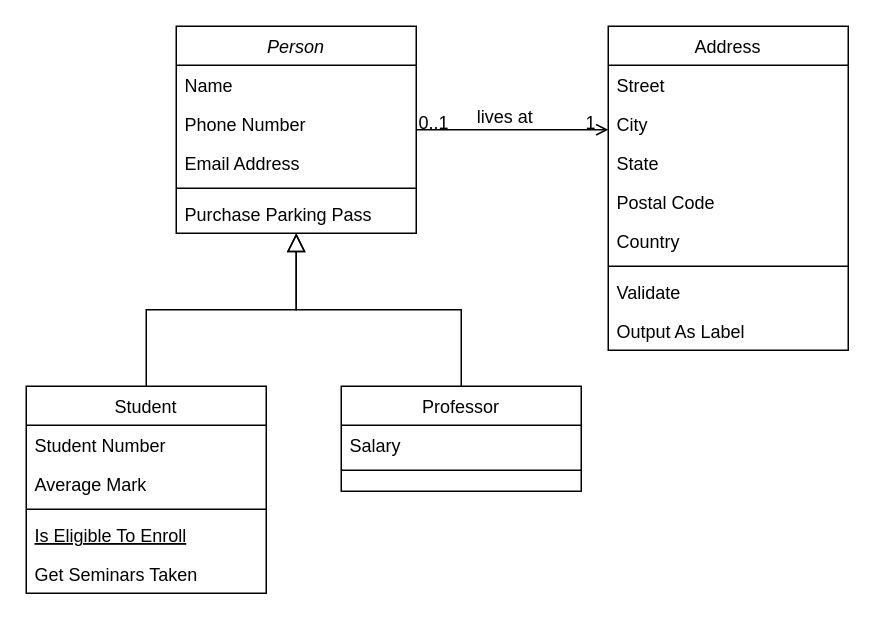
sheeptraveler/Unitau-python_data_science keeps this draw.io diagram as Untitled Diagram.drawio. Above is the earlier version. Source tidied: cells renumbered, new cells numbered last; positions are measured from the earlier drawing's top-left corner, leaving out a move shared by most shapes. Both pictures are drawn from the tidied source at 150%, with x=0, y=0 at pixel (26, 26).
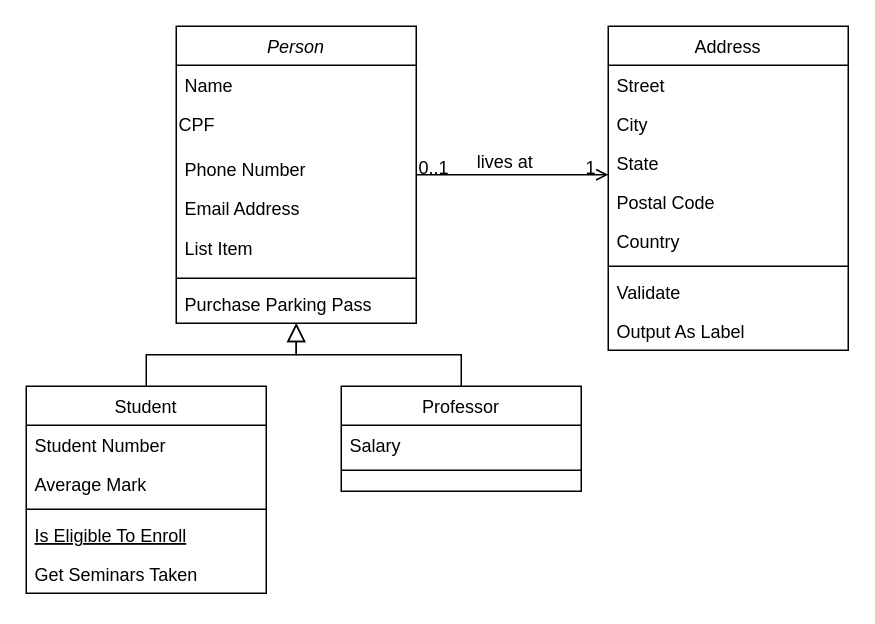
Above is the later version.

Diff of the diagram source:
```diff
@@
     <mxCell id="2" value="Person" style="swimlane;fontStyle=2;align=center;verticalAlign=top;horizontal=1;startSize=26;rounded=0;shadow=0;strokeWidth=1;" parent="1" vertex="1">
-      <mxGeometry x="100" width="160" height="138" as="geometry" />
+      <mxGeometry x="100" width="160" height="198" as="geometry" />
     </mxCell>
@@
+    <mxCell id="32" value="CPF" style="text;align=left;verticalAlign=top;rounded=0;perimeterSpacing=0;spacingRight=4;fontFamily=Helvetica;fontSize=12;fontColor=default;" parent="2" vertex="1">
+      <mxGeometry y="52" width="160" height="30" as="geometry" />
+    </mxCell>
     <mxCell id="4" value="Phone Number" style="text;align=left;verticalAlign=top;spacingLeft=4;spacingRight=4;overflow=hidden;rounded=0;shadow=0;html=0;" parent="2" vertex="1">
-      <mxGeometry y="52" width="160" height="26" as="geometry" />
+      <mxGeometry y="82" width="160" height="26" as="geometry" />
     </mxCell>
     <mxCell id="5" value="Email Address" style="text;align=left;verticalAlign=top;spacingLeft=4;spacingRight=4;overflow=hidden;rounded=0;shadow=0;html=0;" parent="2" vertex="1">
-      <mxGeometry y="78" width="160" height="26" as="geometry" />
+      <mxGeometry y="108" width="160" height="26" as="geometry" />
     </mxCell>
+    <mxCell id="33" value="List Item" style="text;strokeColor=none;fillColor=none;align=left;verticalAlign=middle;spacingLeft=4;spacingRight=4;overflow=hidden;whiteSpace=wrap;html=1;fontFamily=Helvetica;fontSize=12;fontColor=default;" parent="2" vertex="1">
+      <mxGeometry y="134" width="160" height="30" as="geometry" />
+    </mxCell>
     <mxCell id="6" style="line;html=1;strokeWidth=1;align=left;verticalAlign=middle;spacingTop=-1;spacingLeft=3;spacingRight=3;labelPosition=right;" parent="2" vertex="1">
-      <mxGeometry y="104" width="160" height="8" as="geometry" />
+      <mxGeometry y="164" width="160" height="8" as="geometry" />
     </mxCell>
     <mxCell id="7" value="Purchase Parking Pass" style="text;align=left;verticalAlign=top;spacingLeft=4;spacingRight=4;overflow=hidden;" parent="2" vertex="1">
-      <mxGeometry y="112" width="160" height="26" as="geometry" />
+      <mxGeometry y="172" width="160" height="26" as="geometry" />
     </mxCell>
```
